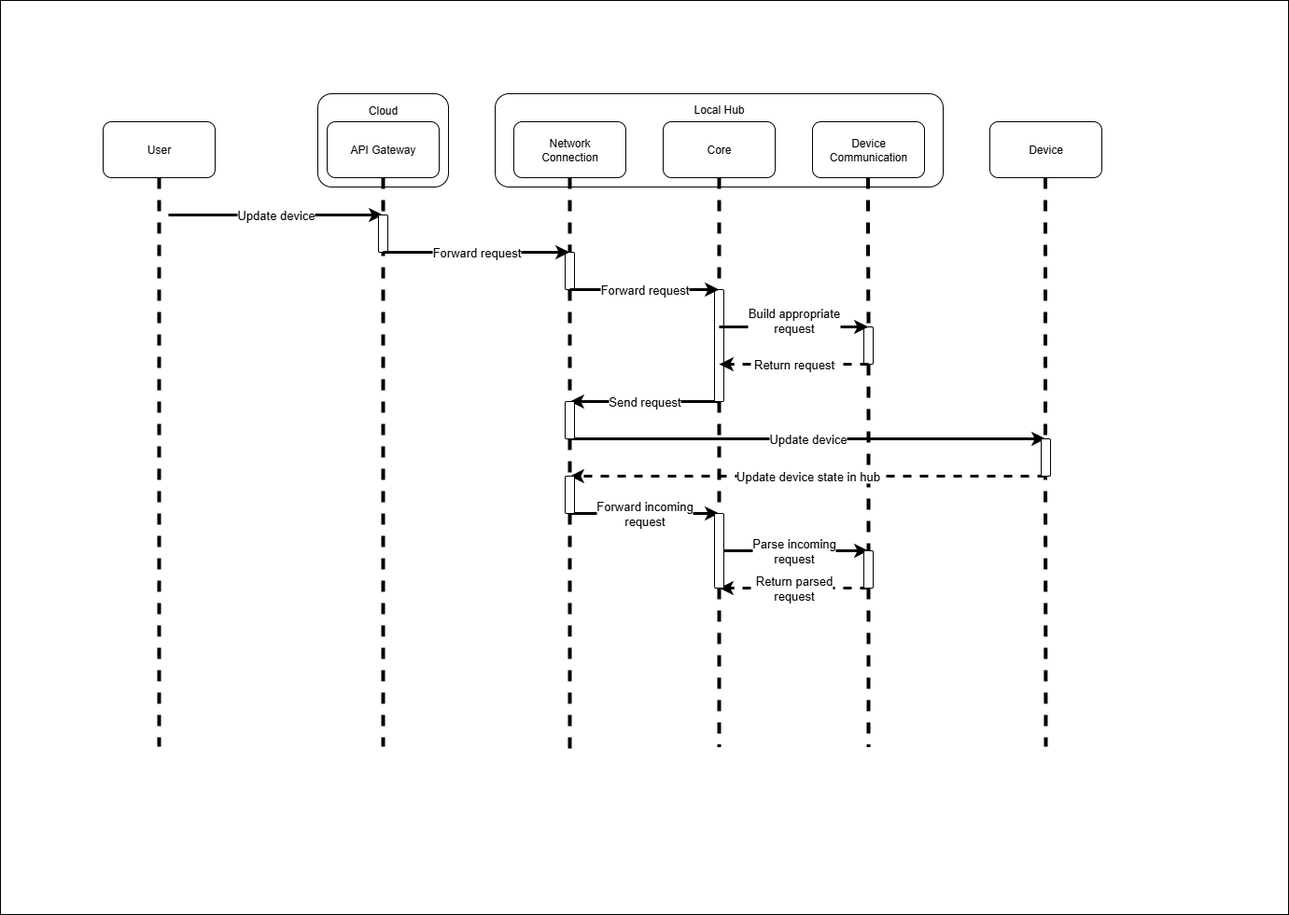
Before: report/images/runtime_update_device.png, a diagram exported from draw.io (Shreya-Sebastian/Software_Architecture_PoC). Source tidied: cells renumbered, new cells last; positions are measured from the earlier drawing's top-left corner, leaving out a move shared by most shapes. Source of this version:
```xml
<mxGraphModel>
  <root>
    <mxCell id="0" />
    <mxCell id="1" parent="0" />
    <mxCell id="2" style="rounded=0;whiteSpace=wrap;html=1;" parent="1" vertex="1">
      <mxGeometry width="1380" height="980" as="geometry" />
    </mxCell>
    <mxCell id="3" style="edgeStyle=orthogonalEdgeStyle;rounded=0;jettySize=auto;html=1;strokeWidth=4;dashed=1;endArrow=none;endFill=0;" parent="1" edge="1" source="4">
      <mxGeometry relative="1" as="geometry">
        <mxPoint x="170" y="800" as="targetPoint" />
        <Array as="points">
          <mxPoint x="170" y="700" />
        </Array>
      </mxGeometry>
    </mxCell>
    <mxCell id="4" value="User" style="rounded=1;whiteSpace=wrap;html=1;" parent="1" vertex="1">
      <mxGeometry x="110" y="130" width="120" height="60" as="geometry" />
    </mxCell>
    <mxCell id="5" value="Cloud" style="rounded=1;whiteSpace=wrap;html=1;spacingTop=-65;" parent="1" vertex="1">
      <mxGeometry x="340" y="100" width="140" height="100" as="geometry" />
    </mxCell>
    <mxCell id="6" value="API Gateway" style="rounded=1;whiteSpace=wrap;html=1;" parent="1" vertex="1">
      <mxGeometry x="350" y="130" width="120" height="60" as="geometry" />
    </mxCell>
    <mxCell id="7" value="Local Hub" style="rounded=1;whiteSpace=wrap;html=1;spacingTop=-66;" parent="1" vertex="1">
      <mxGeometry x="530" y="100" width="480" height="100" as="geometry" />
    </mxCell>
    <mxCell id="8" value="Network&lt;div&gt;Connection&lt;/div&gt;" style="rounded=1;whiteSpace=wrap;html=1;" parent="1" vertex="1">
      <mxGeometry x="550" y="130" width="120" height="60" as="geometry" />
    </mxCell>
    <mxCell id="9" value="Core" style="rounded=1;whiteSpace=wrap;html=1;" parent="1" vertex="1">
      <mxGeometry x="710" y="130" width="120" height="60" as="geometry" />
    </mxCell>
    <mxCell id="10" value="Device Communication" style="rounded=1;whiteSpace=wrap;html=1;" parent="1" vertex="1">
      <mxGeometry x="870" y="130" width="120" height="60" as="geometry" />
    </mxCell>
    <mxCell id="11" style="edgeStyle=orthogonalEdgeStyle;rounded=0;jettySize=auto;html=1;strokeWidth=4;dashed=1;endArrow=none;endFill=0;exitX=1;exitY=0.5;exitDx=0;exitDy=0;" parent="1" edge="1" source="39">
      <mxGeometry relative="1" as="geometry">
        <mxPoint x="610" y="810" as="targetPoint" />
      </mxGeometry>
    </mxCell>
    <mxCell id="12" style="edgeStyle=orthogonalEdgeStyle;rounded=0;jettySize=auto;html=1;strokeWidth=4;dashed=1;endArrow=none;endFill=0;" parent="1" edge="1" source="41">
      <mxGeometry relative="1" as="geometry">
        <mxPoint x="770" y="800" as="targetPoint" />
      </mxGeometry>
    </mxCell>
    <mxCell id="13" value="Device" style="rounded=1;whiteSpace=wrap;html=1;" parent="1" vertex="1">
      <mxGeometry x="1060" y="130" width="120" height="60" as="geometry" />
    </mxCell>
    <mxCell id="14" style="edgeStyle=orthogonalEdgeStyle;rounded=0;jettySize=auto;html=1;strokeWidth=4;dashed=1;endArrow=none;endFill=0;" parent="1" edge="1" source="30">
      <mxGeometry relative="1" as="geometry">
        <mxPoint x="930" y="800" as="targetPoint" />
      </mxGeometry>
    </mxCell>
    <mxCell id="15" style="edgeStyle=orthogonalEdgeStyle;rounded=0;orthogonalLoop=1;jettySize=auto;html=1;strokeWidth=4;dashed=1;endArrow=none;endFill=0;" parent="1" edge="1">
      <mxGeometry relative="1" as="geometry">
        <mxPoint x="1119.5" y="190" as="sourcePoint" />
        <mxPoint x="1120" y="800" as="targetPoint" />
      </mxGeometry>
    </mxCell>
    <mxCell id="16" value="Update device" style="endArrow=classic;html=1;rounded=0;strokeWidth=3;labelBackgroundColor=default;fontSize=13;horizontal=1;" parent="1" edge="1">
      <mxGeometry relative="1" as="geometry">
        <mxPoint x="180" y="230" as="sourcePoint" />
        <mxPoint x="410" y="230" as="targetPoint" />
      </mxGeometry>
    </mxCell>
    <mxCell id="17" value="&lt;font style=&quot;font-size: 13px;&quot;&gt;Send request&lt;/font&gt;" style="endArrow=classic;html=1;rounded=0;strokeWidth=3;" parent="1" edge="1">
      <mxGeometry relative="1" as="geometry">
        <mxPoint x="770" y="430" as="sourcePoint" />
        <mxPoint x="610" y="430" as="targetPoint" />
      </mxGeometry>
    </mxCell>
    <mxCell id="18" value="&lt;font style=&quot;font-size: 13px;&quot;&gt;Update device&lt;/font&gt;" style="endArrow=classic;html=1;rounded=0;strokeWidth=3;" parent="1" edge="1">
      <mxGeometry relative="1" as="geometry">
        <mxPoint x="610" y="470" as="sourcePoint" />
        <mxPoint x="1120" y="470" as="targetPoint" />
      </mxGeometry>
    </mxCell>
    <mxCell id="19" value="&lt;font style=&quot;font-size: 13px;&quot;&gt;Update device state in hub&lt;/font&gt;" style="endArrow=classic;html=1;rounded=0;strokeWidth=3;dashed=1;" parent="1" edge="1">
      <mxGeometry relative="1" as="geometry">
        <mxPoint x="1120" y="510" as="sourcePoint" />
        <mxPoint x="610" y="510" as="targetPoint" />
      </mxGeometry>
    </mxCell>
    <mxCell id="20" value="&lt;font style=&quot;font-size: 13px;&quot;&gt;Forward incoming&lt;/font&gt;&lt;div&gt;&lt;span style=&quot;font-size: 13px;&quot;&gt;request&lt;/span&gt;&lt;/div&gt;" style="endArrow=classic;html=1;rounded=0;strokeWidth=3;" parent="1" edge="1">
      <mxGeometry relative="1" as="geometry">
        <mxPoint x="610" y="550" as="sourcePoint" />
        <mxPoint x="770" y="550" as="targetPoint" />
      </mxGeometry>
    </mxCell>
    <mxCell id="21" value="&lt;div&gt;&lt;span style=&quot;font-size: 13px;&quot;&gt;Parse incoming&lt;/span&gt;&lt;/div&gt;&lt;div&gt;&lt;span style=&quot;font-size: 13px;&quot;&gt;request&lt;/span&gt;&lt;/div&gt;" style="endArrow=classic;html=1;rounded=0;strokeWidth=3;" parent="1" edge="1">
      <mxGeometry relative="1" as="geometry">
        <mxPoint x="770" y="590" as="sourcePoint" />
        <mxPoint x="930" y="590" as="targetPoint" />
      </mxGeometry>
    </mxCell>
    <mxCell id="22" value="&lt;div&gt;&lt;span style=&quot;font-size: 13px;&quot;&gt;Return parsed&lt;/span&gt;&lt;/div&gt;&lt;div&gt;&lt;span style=&quot;font-size: 13px;&quot;&gt;request&lt;/span&gt;&lt;/div&gt;" style="endArrow=classic;html=1;rounded=0;strokeWidth=3;dashed=1;" parent="1" edge="1">
      <mxGeometry relative="1" as="geometry">
        <mxPoint x="930" y="630" as="sourcePoint" />
        <mxPoint x="770" y="630" as="targetPoint" />
      </mxGeometry>
    </mxCell>
    <mxCell id="23" style="edgeStyle=orthogonalEdgeStyle;rounded=0;jettySize=auto;html=1;strokeWidth=4;dashed=1;endArrow=none;endFill=0;exitX=0.5;exitY=1;exitDx=0;exitDy=0;" parent="1" edge="1" source="8" target="24">
      <mxGeometry relative="1" as="geometry" />
    </mxCell>
    <mxCell id="24" style="rounded=1;whiteSpace=wrap;html=1;rotation=90;" parent="1" vertex="1">
      <mxGeometry x="590" y="285" width="40" height="10" as="geometry" />
    </mxCell>
    <mxCell id="25" style="edgeStyle=orthogonalEdgeStyle;rounded=0;orthogonalLoop=1;jettySize=auto;html=1;strokeWidth=4;dashed=1;endArrow=none;endFill=0;" parent="1" edge="1">
      <mxGeometry relative="1" as="geometry">
        <mxPoint x="410" y="190" as="sourcePoint" />
        <mxPoint x="410" y="800" as="targetPoint" />
        <Array as="points">
          <mxPoint x="410" y="700" />
        </Array>
      </mxGeometry>
    </mxCell>
    <mxCell id="26" style="rounded=1;whiteSpace=wrap;html=1;rotation=90;" parent="1" vertex="1">
      <mxGeometry x="390" y="245" width="40" height="10" as="geometry" />
    </mxCell>
    <mxCell id="27" style="edgeStyle=orthogonalEdgeStyle;rounded=0;jettySize=auto;html=1;strokeWidth=4;dashed=1;endArrow=none;endFill=0;" parent="1" edge="1" target="28">
      <mxGeometry relative="1" as="geometry">
        <mxPoint x="770" y="190" as="sourcePoint" />
      </mxGeometry>
    </mxCell>
    <mxCell id="28" style="rounded=1;whiteSpace=wrap;html=1;rotation=90;" parent="1" vertex="1">
      <mxGeometry x="710" y="365" width="120" height="10" as="geometry" />
    </mxCell>
    <mxCell id="29" style="edgeStyle=orthogonalEdgeStyle;rounded=0;jettySize=auto;html=1;strokeWidth=4;dashed=1;endArrow=none;endFill=0;" parent="1" edge="1" target="30">
      <mxGeometry relative="1" as="geometry">
        <mxPoint x="929.6" y="190" as="sourcePoint" />
      </mxGeometry>
    </mxCell>
    <mxCell id="30" style="rounded=1;whiteSpace=wrap;html=1;rotation=90;" parent="1" vertex="1">
      <mxGeometry x="910" y="365" width="40" height="10" as="geometry" />
    </mxCell>
    <mxCell id="31" style="edgeStyle=orthogonalEdgeStyle;rounded=0;jettySize=auto;html=1;strokeWidth=4;dashed=1;endArrow=none;endFill=0;exitX=1;exitY=0.5;exitDx=0;exitDy=0;" parent="1" edge="1" source="24" target="32">
      <mxGeometry relative="1" as="geometry" />
    </mxCell>
    <mxCell id="32" style="rounded=1;whiteSpace=wrap;html=1;rotation=90;" parent="1" vertex="1">
      <mxGeometry x="590" y="445" width="40" height="10" as="geometry" />
    </mxCell>
    <mxCell id="33" style="rounded=1;whiteSpace=wrap;html=1;rotation=90;" parent="1" vertex="1">
      <mxGeometry x="1100" y="485" width="40" height="10" as="geometry" />
    </mxCell>
    <mxCell id="34" value="&lt;font style=&quot;font-size: 13px;&quot;&gt;Return request&lt;/font&gt;" style="endArrow=classic;html=1;rounded=0;strokeWidth=3;dashed=1;" parent="1" edge="1">
      <mxGeometry relative="1" as="geometry">
        <mxPoint x="930" y="390" as="sourcePoint" />
        <mxPoint x="770" y="390" as="targetPoint" />
      </mxGeometry>
    </mxCell>
    <mxCell id="35" value="&lt;font style=&quot;font-size: 13px;&quot;&gt;Build appropriate&lt;/font&gt;&lt;div&gt;&lt;span style=&quot;font-size: 13px;&quot;&gt;request&lt;br&gt;&lt;/span&gt;&lt;div&gt;&lt;br&gt;&lt;/div&gt;&lt;/div&gt;" style="endArrow=classic;html=1;rounded=0;strokeWidth=3;" parent="1" edge="1">
      <mxGeometry relative="1" as="geometry">
        <mxPoint x="770" y="350" as="sourcePoint" />
        <mxPoint x="930" y="350" as="targetPoint" />
      </mxGeometry>
    </mxCell>
    <mxCell id="36" value="Forward request" style="endArrow=classic;html=1;rounded=0;strokeWidth=3;fontSize=13;align=center;" parent="1" edge="1">
      <mxGeometry relative="1" as="geometry">
        <mxPoint x="610" y="310" as="sourcePoint" />
        <mxPoint x="770" y="310" as="targetPoint" />
      </mxGeometry>
    </mxCell>
    <mxCell id="37" value="Forward request" style="endArrow=classic;html=1;rounded=0;strokeWidth=3;fontSize=13;" parent="1" edge="1">
      <mxGeometry relative="1" as="geometry">
        <mxPoint x="410" y="270" as="sourcePoint" />
        <mxPoint x="610" y="270" as="targetPoint" />
      </mxGeometry>
    </mxCell>
    <mxCell id="38" style="edgeStyle=orthogonalEdgeStyle;rounded=0;jettySize=auto;html=1;strokeWidth=4;dashed=1;endArrow=none;endFill=0;exitX=1;exitY=0.5;exitDx=0;exitDy=0;" parent="1" edge="1" source="32" target="39">
      <mxGeometry relative="1" as="geometry" />
    </mxCell>
    <mxCell id="39" style="rounded=1;whiteSpace=wrap;html=1;rotation=90;" parent="1" vertex="1">
      <mxGeometry x="590" y="525" width="40" height="10" as="geometry" />
    </mxCell>
    <mxCell id="40" style="edgeStyle=orthogonalEdgeStyle;rounded=0;jettySize=auto;html=1;strokeWidth=4;dashed=1;endArrow=none;endFill=0;" parent="1" edge="1" source="28" target="41">
      <mxGeometry relative="1" as="geometry" />
    </mxCell>
    <mxCell id="41" style="rounded=1;whiteSpace=wrap;html=1;rotation=90;" parent="1" vertex="1">
      <mxGeometry x="730" y="585" width="80" height="10" as="geometry" />
    </mxCell>
    <mxCell id="42" style="rounded=1;whiteSpace=wrap;html=1;rotation=90;" parent="1" vertex="1">
      <mxGeometry x="910" y="605" width="40" height="10" as="geometry" />
    </mxCell>
  </root>
</mxGraphModel>
```
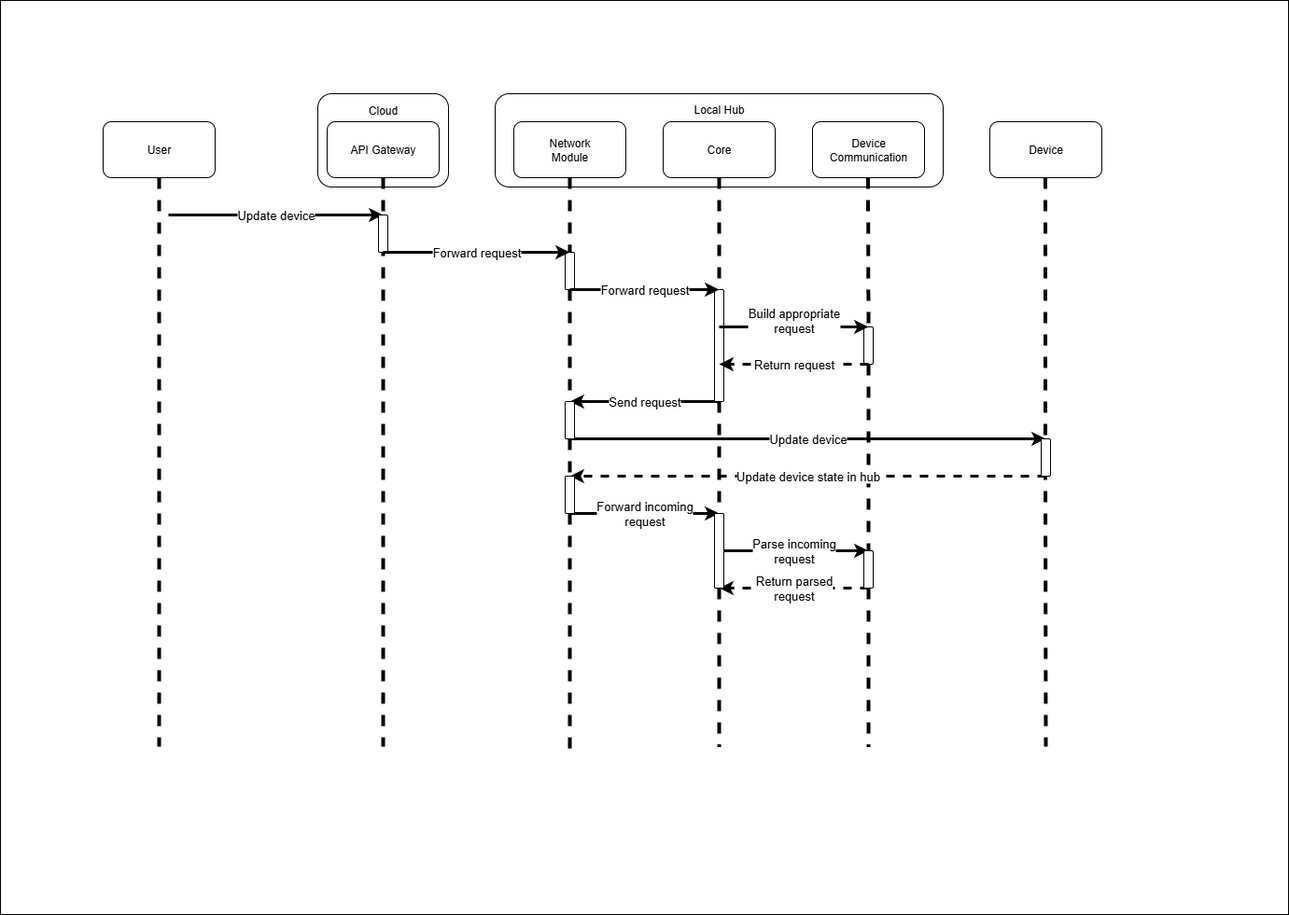
Later version of the same file.

Commit message:
update runtime view png

Diff of the diagram source:
```diff
@@ -25,7 +25,7 @@
     <mxCell id="7" value="Local Hub" style="rounded=1;whiteSpace=wrap;html=1;spacingTop=-66;" parent="1" vertex="1">
       <mxGeometry x="530" y="100" width="480" height="100" as="geometry" />
     </mxCell>
-    <mxCell id="8" value="Network&lt;div&gt;Connection&lt;/div&gt;" style="rounded=1;whiteSpace=wrap;html=1;" parent="1" vertex="1">
+    <mxCell id="8" value="Network&lt;div&gt;Module&lt;/div&gt;" style="rounded=1;whiteSpace=wrap;html=1;" parent="1" vertex="1">
       <mxGeometry x="550" y="130" width="120" height="60" as="geometry" />
     </mxCell>
     <mxCell id="9" value="Core" style="rounded=1;whiteSpace=wrap;html=1;" parent="1" vertex="1">
```
